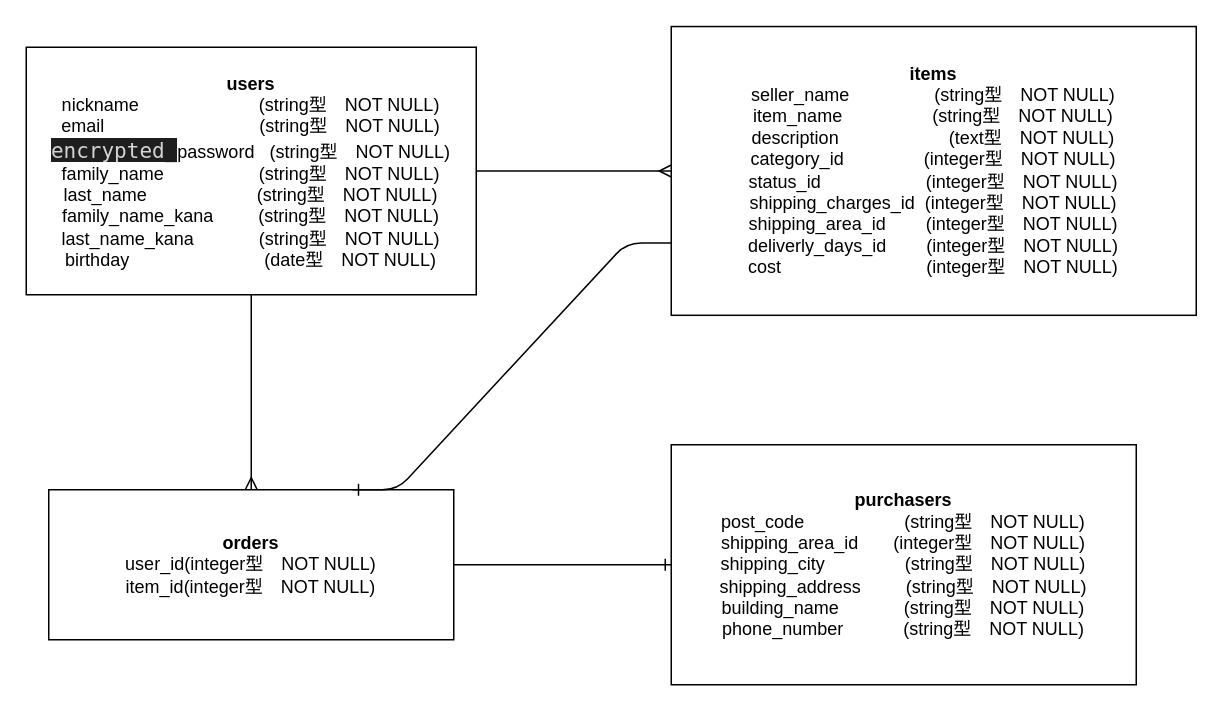
This is app/er.drawio from kyock-lee/furima-34464, a draw.io file, before an edit. Source tidied: cells renumbered, new cells numbered last; positions are measured from the earlier drawing's top-left corner, leaving out a move shared by most shapes. Both pictures are drawn from the tidied source at 150%, with x=0, y=0 at pixel (26, 26).
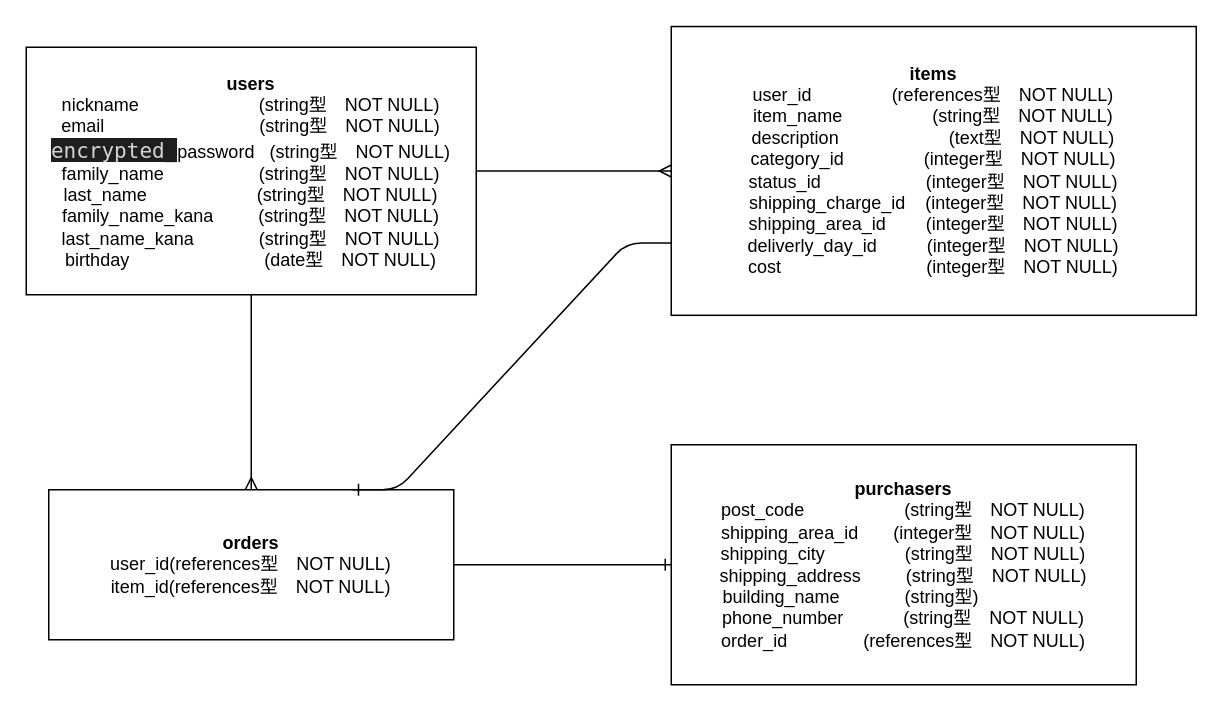
The same page after the edit.

Commit message (it also covers changes not shown here):
データベース設計(修正3)

What changed in the source:
```diff
@@
 <mxGraphModel>
   <root>
     <mxCell id="0" />
     <mxCell id="1" parent="0" />
     <mxCell id="2" style="edgeStyle=orthogonalEdgeStyle;rounded=0;jettySize=auto;html=1;exitX=1;exitY=0.5;exitDx=0;exitDy=0;endArrow=ERmany;endFill=0;" parent="1" edge="1" source="4" target="5">
       <mxGeometry relative="1" as="geometry" />
     </mxCell>
     <mxCell id="3" style="edgeStyle=orthogonalEdgeStyle;rounded=0;jettySize=auto;html=1;entryX=0.5;entryY=0;entryDx=0;entryDy=0;endArrow=ERmany;endFill=0;" parent="1" edge="1" source="4" target="8">
       <mxGeometry relative="1" as="geometry" />
     </mxCell>
     <mxCell id="4" value="&lt;b&gt;users&lt;/b&gt;&lt;br&gt;nickname&amp;nbsp; &amp;nbsp; &amp;nbsp; &amp;nbsp; &amp;nbsp; &amp;nbsp; &amp;nbsp; &amp;nbsp; &amp;nbsp; &amp;nbsp; &amp;nbsp; &amp;nbsp; (string型　NOT NULL)&lt;br&gt;email&amp;nbsp; &amp;nbsp; &amp;nbsp; &amp;nbsp; &amp;nbsp; &amp;nbsp; &amp;nbsp; &amp;nbsp; &amp;nbsp; &amp;nbsp; &amp;nbsp; &amp;nbsp; &amp;nbsp; &amp;nbsp; &amp;nbsp; &amp;nbsp;(string型　NOT NULL)&lt;br&gt;&lt;span style=&quot;background-color: rgb(30 , 30 , 30) ; color: rgb(212 , 212 , 212) ; font-family: &amp;#34;ricty diminished&amp;#34; , &amp;#34;menlo&amp;#34; , &amp;#34;monaco&amp;#34; , &amp;#34;courier new&amp;#34; , monospace ; font-size: 14px&quot;&gt;encrypted_&lt;/span&gt;password&amp;nbsp; &amp;nbsp;(string型　NOT NULL)&lt;br&gt;family_name&amp;nbsp; &amp;nbsp; &amp;nbsp; &amp;nbsp; &amp;nbsp; &amp;nbsp; &amp;nbsp; &amp;nbsp; &amp;nbsp; &amp;nbsp;(string型　NOT NULL)&lt;br&gt;last_name&amp;nbsp; &amp;nbsp; &amp;nbsp; &amp;nbsp; &amp;nbsp; &amp;nbsp; &amp;nbsp; &amp;nbsp; &amp;nbsp; &amp;nbsp; &amp;nbsp; (string型　NOT NULL)&lt;br&gt;family_name_kana&amp;nbsp; &amp;nbsp; &amp;nbsp; &amp;nbsp; &amp;nbsp;(string型　NOT NULL)&lt;br&gt;last_name_kana&amp;nbsp; &amp;nbsp; &amp;nbsp; &amp;nbsp; &amp;nbsp; &amp;nbsp; &amp;nbsp;(string型　NOT NULL)&lt;br&gt;birthday&amp;nbsp; &amp;nbsp; &amp;nbsp; &amp;nbsp; &amp;nbsp; &amp;nbsp; &amp;nbsp; &amp;nbsp; &amp;nbsp; &amp;nbsp; &amp;nbsp; &amp;nbsp; &amp;nbsp; &amp;nbsp;(date型　NOT NULL)" style="rounded=0;whiteSpace=wrap;html=1;" parent="1" vertex="1">
       <mxGeometry y="14" width="300" height="165" as="geometry" />
     </mxCell>
-    <mxCell id="5" value="&lt;b&gt;items&lt;br&gt;&lt;/b&gt;seller_name&amp;nbsp; &amp;nbsp; &amp;nbsp; &amp;nbsp; &amp;nbsp; &amp;nbsp; &amp;nbsp; &amp;nbsp; &amp;nbsp;(string型　NOT NULL)&lt;br&gt;item_name&amp;nbsp; &amp;nbsp; &amp;nbsp; &amp;nbsp; &amp;nbsp; &amp;nbsp; &amp;nbsp; &amp;nbsp; &amp;nbsp; (string型　NOT NULL)&lt;br&gt;description&amp;nbsp; &amp;nbsp; &amp;nbsp; &amp;nbsp; &amp;nbsp; &amp;nbsp; &amp;nbsp; &amp;nbsp; &amp;nbsp; &amp;nbsp; &amp;nbsp; (text型　NOT NULL)&lt;br&gt;category_id&amp;nbsp; &amp;nbsp; &amp;nbsp; &amp;nbsp; &amp;nbsp; &amp;nbsp; &amp;nbsp; &amp;nbsp; (integer型　NOT NULL)&lt;br&gt;status_id&amp;nbsp; &amp;nbsp; &amp;nbsp; &amp;nbsp; &amp;nbsp; &amp;nbsp; &amp;nbsp; &amp;nbsp; &amp;nbsp; &amp;nbsp; &amp;nbsp;(integer型　NOT NULL)&lt;br&gt;shipping_charges_id&amp;nbsp; (integer型　NOT NULL)&lt;br&gt;shipping_area_id&amp;nbsp; &amp;nbsp; &amp;nbsp; &amp;nbsp; (integer型　NOT NULL)&lt;br&gt;deliverly_days_id&amp;nbsp; &amp;nbsp; &amp;nbsp; &amp;nbsp; (integer型　NOT NULL)&lt;br&gt;cost&amp;nbsp; &amp;nbsp; &amp;nbsp; &amp;nbsp; &amp;nbsp; &amp;nbsp; &amp;nbsp; &amp;nbsp; &amp;nbsp; &amp;nbsp; &amp;nbsp; &amp;nbsp; &amp;nbsp; &amp;nbsp; &amp;nbsp;(integer型　NOT NULL)" style="rounded=0;whiteSpace=wrap;html=1;" parent="1" vertex="1">
+    <mxCell id="5" value="&lt;b&gt;items&lt;br&gt;&lt;/b&gt;user_id&amp;nbsp; &amp;nbsp; &amp;nbsp; &amp;nbsp; &amp;nbsp; &amp;nbsp; &amp;nbsp; &amp;nbsp; (references型　NOT NULL)&lt;br&gt;item_name&amp;nbsp; &amp;nbsp; &amp;nbsp; &amp;nbsp; &amp;nbsp; &amp;nbsp; &amp;nbsp; &amp;nbsp; &amp;nbsp; (string型　NOT NULL)&lt;br&gt;description&amp;nbsp; &amp;nbsp; &amp;nbsp; &amp;nbsp; &amp;nbsp; &amp;nbsp; &amp;nbsp; &amp;nbsp; &amp;nbsp; &amp;nbsp; &amp;nbsp; (text型　NOT NULL)&lt;br&gt;category_id&amp;nbsp; &amp;nbsp; &amp;nbsp; &amp;nbsp; &amp;nbsp; &amp;nbsp; &amp;nbsp; &amp;nbsp; (integer型　NOT NULL)&lt;br&gt;status_id&amp;nbsp; &amp;nbsp; &amp;nbsp; &amp;nbsp; &amp;nbsp; &amp;nbsp; &amp;nbsp; &amp;nbsp; &amp;nbsp; &amp;nbsp; &amp;nbsp;(integer型　NOT NULL)&lt;br&gt;shipping_charge_id&amp;nbsp; &amp;nbsp; (integer型　NOT NULL)&lt;br&gt;shipping_area_id&amp;nbsp; &amp;nbsp; &amp;nbsp; &amp;nbsp; (integer型　NOT NULL)&lt;br&gt;deliverly_day_id&amp;nbsp; &amp;nbsp; &amp;nbsp; &amp;nbsp; &amp;nbsp; (integer型　NOT NULL)&lt;br&gt;cost&amp;nbsp; &amp;nbsp; &amp;nbsp; &amp;nbsp; &amp;nbsp; &amp;nbsp; &amp;nbsp; &amp;nbsp; &amp;nbsp; &amp;nbsp; &amp;nbsp; &amp;nbsp; &amp;nbsp; &amp;nbsp; &amp;nbsp;(integer型　NOT NULL)" style="rounded=0;whiteSpace=wrap;html=1;" parent="1" vertex="1">
       <mxGeometry x="430" y="0.2" width="350" height="192.5" as="geometry" />
     </mxCell>
-    <mxCell id="6" value="&lt;b&gt;purchasers&lt;/b&gt;&lt;br&gt;post_code&amp;nbsp; &amp;nbsp; &amp;nbsp; &amp;nbsp; &amp;nbsp; &amp;nbsp; &amp;nbsp; &amp;nbsp; &amp;nbsp; &amp;nbsp; (string型　NOT NULL)&lt;br&gt;shipping_area_id&amp;nbsp; &amp;nbsp; &amp;nbsp; &amp;nbsp;(integer型　NOT NULL)&lt;br&gt;shipping_city&amp;nbsp; &amp;nbsp; &amp;nbsp; &amp;nbsp; &amp;nbsp; &amp;nbsp; &amp;nbsp; &amp;nbsp; (string型　NOT NULL)&lt;br&gt;shipping_address&amp;nbsp; &amp;nbsp; &amp;nbsp; &amp;nbsp; &amp;nbsp;(string型　NOT NULL)&lt;br&gt;building_name&amp;nbsp; &amp;nbsp; &amp;nbsp; &amp;nbsp; &amp;nbsp; &amp;nbsp; &amp;nbsp;(string型　NOT NULL)&lt;br&gt;phone_number&amp;nbsp; &amp;nbsp; &amp;nbsp; &amp;nbsp; &amp;nbsp; &amp;nbsp; (string型　NOT NULL)" style="rounded=0;whiteSpace=wrap;html=1;" parent="1" vertex="1">
+    <mxCell id="6" value="&lt;b&gt;purchasers&lt;/b&gt;&lt;br&gt;post_code&amp;nbsp; &amp;nbsp; &amp;nbsp; &amp;nbsp; &amp;nbsp; &amp;nbsp; &amp;nbsp; &amp;nbsp; &amp;nbsp; &amp;nbsp; (string型　NOT NULL)&lt;br&gt;shipping_area_id&amp;nbsp; &amp;nbsp; &amp;nbsp; &amp;nbsp;(integer型　NOT NULL)&lt;br&gt;shipping_city&amp;nbsp; &amp;nbsp; &amp;nbsp; &amp;nbsp; &amp;nbsp; &amp;nbsp; &amp;nbsp; &amp;nbsp; (string型　NOT NULL)&lt;br&gt;shipping_address&amp;nbsp; &amp;nbsp; &amp;nbsp; &amp;nbsp; &amp;nbsp;(string型　NOT NULL)&lt;br&gt;building_name&amp;nbsp; &amp;nbsp; &amp;nbsp; &amp;nbsp; &amp;nbsp; &amp;nbsp; &amp;nbsp;(string型)&amp;nbsp; &amp;nbsp; &amp;nbsp; &amp;nbsp; &amp;nbsp; &amp;nbsp; &amp;nbsp; &amp;nbsp; &amp;nbsp; &amp;nbsp; &amp;nbsp;&lt;br&gt;phone_number&amp;nbsp; &amp;nbsp; &amp;nbsp; &amp;nbsp; &amp;nbsp; &amp;nbsp; (string型　NOT NULL)&lt;br&gt;order_id&amp;nbsp; &amp;nbsp; 　　&amp;nbsp; &amp;nbsp; (references型　NOT NULL)" style="rounded=0;whiteSpace=wrap;html=1;" parent="1" vertex="1">
       <mxGeometry x="430" y="279" width="310" height="160" as="geometry" />
     </mxCell>
     <mxCell id="7" style="edgeStyle=orthogonalEdgeStyle;rounded=0;jettySize=auto;html=1;entryX=0;entryY=0.5;entryDx=0;entryDy=0;endArrow=ERone;endFill=0;" parent="1" edge="1" source="8" target="6">
       <mxGeometry relative="1" as="geometry" />
     </mxCell>
-    <mxCell id="8" value="&lt;b&gt;orders&lt;/b&gt;&lt;br&gt;user_id(integer型　NOT NULL)&lt;br&gt;item_id(integer型　NOT NULL)" style="rounded=0;whiteSpace=wrap;html=1;" parent="1" vertex="1">
+    <mxCell id="8" value="&lt;b&gt;orders&lt;/b&gt;&lt;br&gt;user_id(references型　NOT NULL)&lt;br&gt;item_id(references型　NOT NULL)" style="rounded=0;whiteSpace=wrap;html=1;" parent="1" vertex="1">
       <mxGeometry x="15" y="309" width="270" height="100" as="geometry" />
     </mxCell>
     <mxCell id="9" style="edgeStyle=entityRelationEdgeStyle;fontSize=12;html=1;endArrow=ERone;endFill=1;entryX=0.75;entryY=0;entryDx=0;entryDy=0;exitX=0;exitY=0.75;exitDx=0;exitDy=0;" parent="1" edge="1" source="5" target="8">
       <mxGeometry relative="1" as="geometry" />
     </mxCell>
   </root>
 </mxGraphModel>
```
